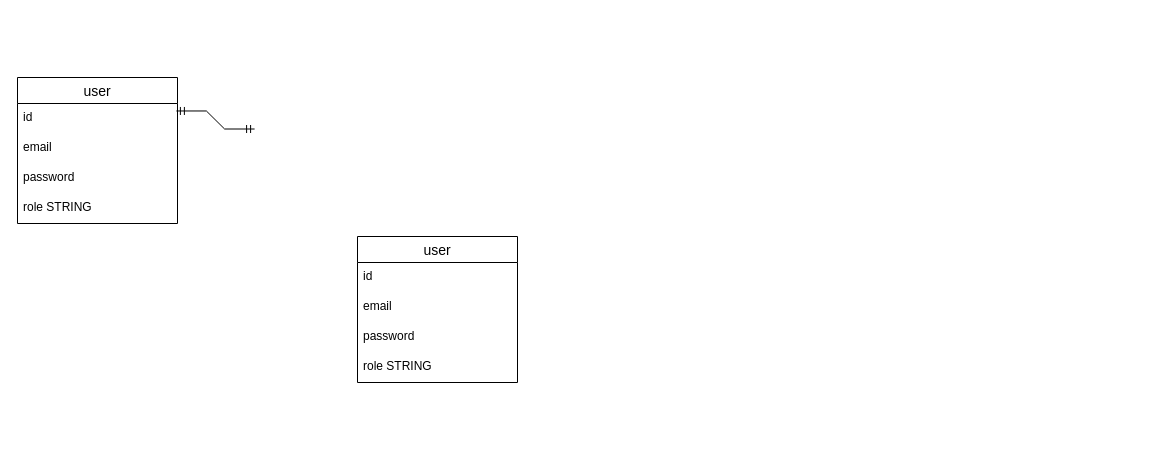
Before: Untitled Diagram.drawio in Hayk0720/online-store, a draw.io diagram. Source tidied: cells renumbered, new cells numbered last; positions are measured from the earlier drawing's top-left corner, leaving out a move shared by most shapes. Both pictures are drawn from the tidied source at 100%, with x=0, y=0 at pixel (17, 77).
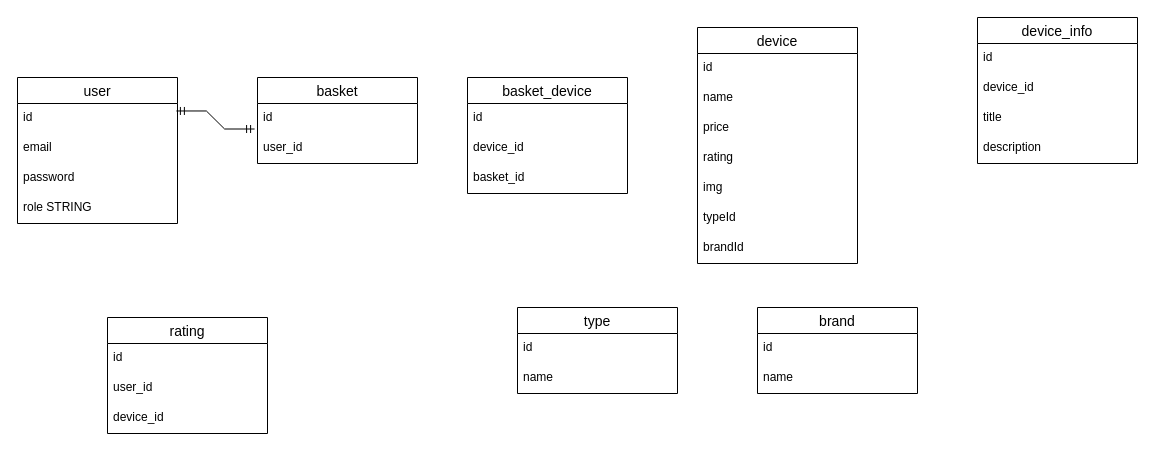
The same page after the edit.

What changed in the source:
```diff
@@
-    <mxCell id="8" value="user" style="swimlane;fontStyle=0;horizontal=1;startSize=26;align=center;fontSize=14;" parent="1" vertex="1">
-      <mxGeometry x="340" y="159" width="160" height="146" as="geometry" />
+    <mxCell id="8" value="basket" style="swimlane;fontStyle=0;horizontal=1;startSize=26;align=center;fontSize=14;" parent="1" vertex="1">
+      <mxGeometry x="240" width="160" height="86" as="geometry" />
     </mxCell>
@@
-    <mxCell id="10" value="email" style="text;strokeColor=none;fillColor=none;spacingLeft=4;spacingRight=4;overflow=hidden;fontSize=12;whiteSpace=wrap;html=1;" parent="8" vertex="1">
+    <mxCell id="10" value="user_id" style="text;strokeColor=none;fillColor=none;spacingLeft=4;spacingRight=4;overflow=hidden;fontSize=12;whiteSpace=wrap;html=1;" parent="8" vertex="1">
       <mxGeometry y="56" width="160" height="30" as="geometry" />
     </mxCell>
-    <mxCell id="11" value="password" style="text;strokeColor=none;fillColor=none;spacingLeft=4;spacingRight=4;overflow=hidden;fontSize=12;whiteSpace=wrap;html=1;" parent="8" vertex="1">
-      <mxGeometry y="86" width="160" height="30" as="geometry" />
-    </mxCell>
-    <mxCell id="12" value="role STRING" style="text;strokeColor=none;fillColor=none;spacingLeft=4;spacingRight=4;overflow=hidden;fontSize=12;whiteSpace=wrap;html=1;" parent="8" vertex="1">
-      <mxGeometry y="116" width="160" height="30" as="geometry" />
-    </mxCell>
+    <mxCell id="13" value="device" style="swimlane;fontStyle=0;horizontal=1;startSize=26;align=center;fontSize=14;" parent="1" vertex="1">
+      <mxGeometry x="680" y="-50" width="160" height="236" as="geometry" />
+    </mxCell>
+    <mxCell id="14" value="id" style="text;strokeColor=none;fillColor=none;spacingLeft=4;spacingRight=4;overflow=hidden;fontSize=12;whiteSpace=wrap;html=1;" parent="13" vertex="1">
+      <mxGeometry y="26" width="160" height="30" as="geometry" />
+    </mxCell>
+    <mxCell id="15" value="name" style="text;strokeColor=none;fillColor=none;spacingLeft=4;spacingRight=4;overflow=hidden;fontSize=12;whiteSpace=wrap;html=1;" parent="13" vertex="1">
+      <mxGeometry y="56" width="160" height="30" as="geometry" />
+    </mxCell>
+    <mxCell id="16" value="price" style="text;strokeColor=none;fillColor=none;spacingLeft=4;spacingRight=4;overflow=hidden;fontSize=12;whiteSpace=wrap;html=1;" parent="13" vertex="1">
+      <mxGeometry y="86" width="160" height="30" as="geometry" />
+    </mxCell>
+    <mxCell id="17" value="rating" style="text;strokeColor=none;fillColor=none;spacingLeft=4;spacingRight=4;overflow=hidden;fontSize=12;whiteSpace=wrap;html=1;" parent="13" vertex="1">
+      <mxGeometry y="116" width="160" height="30" as="geometry" />
+    </mxCell>
+    <mxCell id="18" value="img" style="text;strokeColor=none;fillColor=none;spacingLeft=4;spacingRight=4;overflow=hidden;fontSize=12;whiteSpace=wrap;html=1;" parent="13" vertex="1">
+      <mxGeometry y="146" width="160" height="30" as="geometry" />
+    </mxCell>
+    <mxCell id="19" value="typeId" style="text;strokeColor=none;fillColor=none;spacingLeft=4;spacingRight=4;overflow=hidden;fontSize=12;whiteSpace=wrap;html=1;" parent="13" vertex="1">
+      <mxGeometry y="176" width="160" height="30" as="geometry" />
+    </mxCell>
+    <mxCell id="20" value="brandId" style="text;strokeColor=none;fillColor=none;spacingLeft=4;spacingRight=4;overflow=hidden;fontSize=12;whiteSpace=wrap;html=1;" parent="13" vertex="1">
+      <mxGeometry y="206" width="160" height="30" as="geometry" />
+    </mxCell>
+    <mxCell id="21" value="device_info" style="swimlane;fontStyle=0;horizontal=1;startSize=26;align=center;fontSize=14;" parent="1" vertex="1">
+      <mxGeometry x="960" y="-60" width="160" height="146" as="geometry" />
+    </mxCell>
+    <mxCell id="22" value="id" style="text;strokeColor=none;fillColor=none;spacingLeft=4;spacingRight=4;overflow=hidden;fontSize=12;whiteSpace=wrap;html=1;" parent="21" vertex="1">
+      <mxGeometry y="26" width="160" height="30" as="geometry" />
+    </mxCell>
+    <mxCell id="23" value="device_id" style="text;strokeColor=none;fillColor=none;spacingLeft=4;spacingRight=4;overflow=hidden;fontSize=12;whiteSpace=wrap;html=1;" parent="21" vertex="1">
+      <mxGeometry y="56" width="160" height="30" as="geometry" />
+    </mxCell>
+    <mxCell id="24" value="title" style="text;strokeColor=none;fillColor=none;spacingLeft=4;spacingRight=4;overflow=hidden;fontSize=12;whiteSpace=wrap;html=1;" parent="21" vertex="1">
+      <mxGeometry y="86" width="160" height="30" as="geometry" />
+    </mxCell>
+    <mxCell id="25" value="description" style="text;strokeColor=none;fillColor=none;spacingLeft=4;spacingRight=4;overflow=hidden;fontSize=12;whiteSpace=wrap;html=1;" parent="21" vertex="1">
+      <mxGeometry y="116" width="160" height="30" as="geometry" />
+    </mxCell>
+    <mxCell id="26" value="type" style="swimlane;fontStyle=0;horizontal=1;startSize=26;align=center;fontSize=14;" parent="1" vertex="1">
+      <mxGeometry x="500" y="230" width="160" height="86" as="geometry" />
+    </mxCell>
+    <mxCell id="27" value="id" style="text;strokeColor=none;fillColor=none;spacingLeft=4;spacingRight=4;overflow=hidden;fontSize=12;whiteSpace=wrap;html=1;" parent="26" vertex="1">
+      <mxGeometry y="26" width="160" height="30" as="geometry" />
+    </mxCell>
+    <mxCell id="28" value="name" style="text;strokeColor=none;fillColor=none;spacingLeft=4;spacingRight=4;overflow=hidden;fontSize=12;whiteSpace=wrap;html=1;" parent="26" vertex="1">
+      <mxGeometry y="56" width="160" height="30" as="geometry" />
+    </mxCell>
+    <mxCell id="29" value="rating" style="swimlane;fontStyle=0;horizontal=1;startSize=26;align=center;fontSize=14;" parent="1" vertex="1">
+      <mxGeometry x="90" y="240" width="160" height="116" as="geometry" />
+    </mxCell>
+    <mxCell id="30" value="id" style="text;strokeColor=none;fillColor=none;spacingLeft=4;spacingRight=4;overflow=hidden;fontSize=12;whiteSpace=wrap;html=1;" parent="29" vertex="1">
+      <mxGeometry y="26" width="160" height="30" as="geometry" />
+    </mxCell>
+    <mxCell id="31" value="user_id" style="text;strokeColor=none;fillColor=none;spacingLeft=4;spacingRight=4;overflow=hidden;fontSize=12;whiteSpace=wrap;html=1;" parent="29" vertex="1">
+      <mxGeometry y="56" width="160" height="30" as="geometry" />
+    </mxCell>
+    <mxCell id="32" value="device_id" style="text;strokeColor=none;fillColor=none;spacingLeft=4;spacingRight=4;overflow=hidden;fontSize=12;whiteSpace=wrap;html=1;" parent="29" vertex="1">
+      <mxGeometry y="86" width="160" height="30" as="geometry" />
+    </mxCell>
+    <mxCell id="33" value="basket_device" style="swimlane;fontStyle=0;horizontal=1;startSize=26;align=center;fontSize=14;" parent="1" vertex="1">
+      <mxGeometry x="450" width="160" height="116" as="geometry" />
+    </mxCell>
+    <mxCell id="34" value="id" style="text;strokeColor=none;fillColor=none;spacingLeft=4;spacingRight=4;overflow=hidden;fontSize=12;whiteSpace=wrap;html=1;" parent="33" vertex="1">
+      <mxGeometry y="26" width="160" height="30" as="geometry" />
+    </mxCell>
+    <mxCell id="35" value="device_id" style="text;strokeColor=none;fillColor=none;spacingLeft=4;spacingRight=4;overflow=hidden;fontSize=12;whiteSpace=wrap;html=1;" parent="33" vertex="1">
+      <mxGeometry y="56" width="160" height="30" as="geometry" />
+    </mxCell>
+    <mxCell id="36" value="basket_id" style="text;strokeColor=none;fillColor=none;spacingLeft=4;spacingRight=4;overflow=hidden;fontSize=12;whiteSpace=wrap;html=1;" parent="33" vertex="1">
+      <mxGeometry y="86" width="160" height="30" as="geometry" />
+    </mxCell>
+    <mxCell id="37" value="brand" style="swimlane;fontStyle=0;horizontal=1;startSize=26;align=center;fontSize=14;" parent="1" vertex="1">
+      <mxGeometry x="740" y="230" width="160" height="86" as="geometry" />
+    </mxCell>
+    <mxCell id="38" value="id" style="text;strokeColor=none;fillColor=none;spacingLeft=4;spacingRight=4;overflow=hidden;fontSize=12;whiteSpace=wrap;html=1;" parent="37" vertex="1">
+      <mxGeometry y="26" width="160" height="30" as="geometry" />
+    </mxCell>
+    <mxCell id="39" value="name" style="text;strokeColor=none;fillColor=none;spacingLeft=4;spacingRight=4;overflow=hidden;fontSize=12;whiteSpace=wrap;html=1;" parent="37" vertex="1">
+      <mxGeometry y="56" width="160" height="30" as="geometry" />
+    </mxCell>
```
